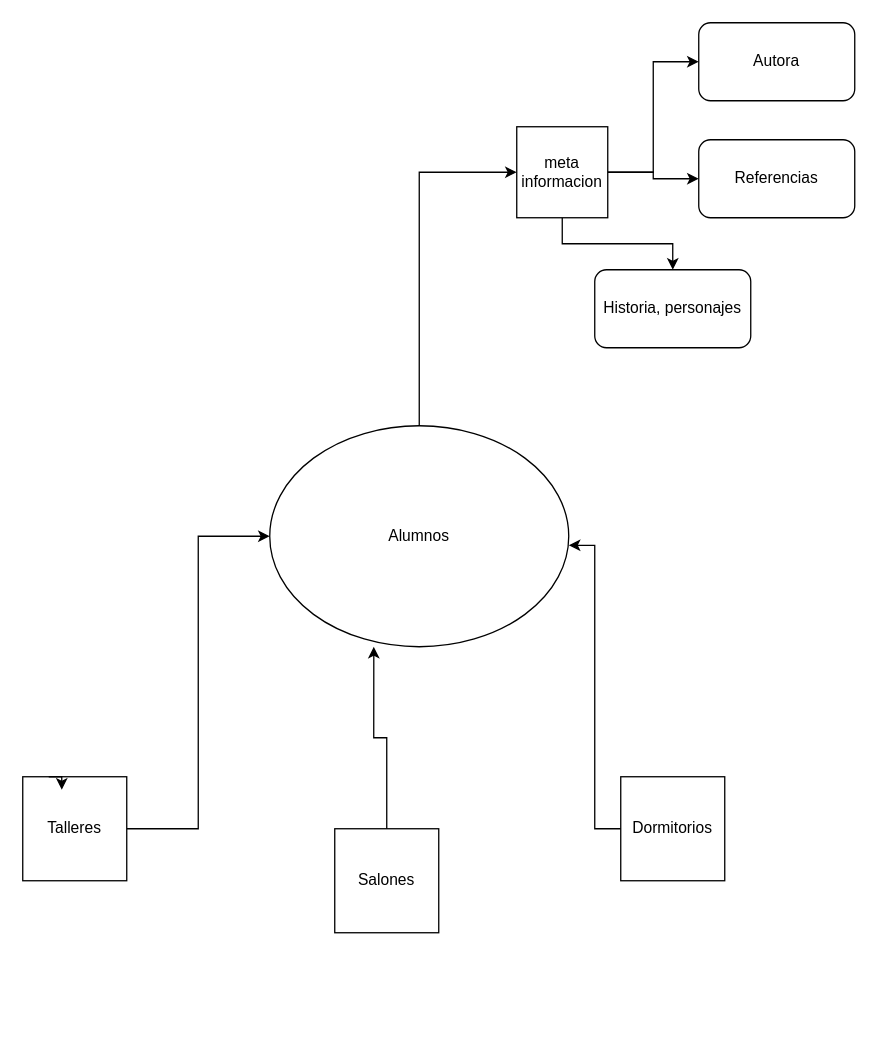
Before: documentos/escuelaodonian.drawio in koffer/Anarres-DB, a draw.io diagram. Source tidied: cells renumbered, new cells numbered last; positions are measured from the earlier drawing's top-left corner, leaving out a move shared by most shapes. Both pictures are drawn from the tidied source at 130%, with x=0, y=0 at pixel (22, 22).
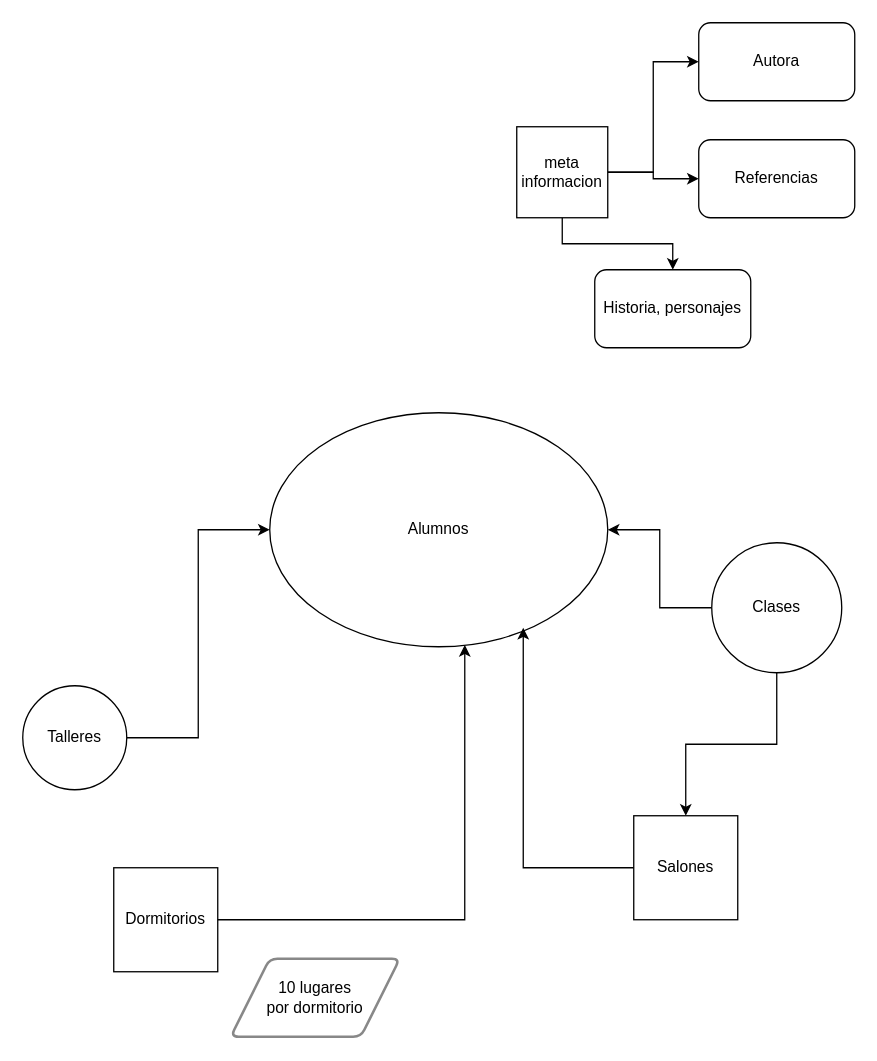
The same diagram, later.

Commit message (it also covers changes not shown here):
cambios al diagrama de la base de datos y una imagen del diagrama

Change to the diagram source:
```diff
@@
 <mxGraphModel>
   <root>
     <mxCell id="0" />
     <mxCell id="1" parent="0" />
-    <mxCell id="2" style="edgeStyle=orthogonalEdgeStyle;rounded=0;jettySize=auto;html=1;entryX=0;entryY=0.5;entryDx=0;entryDy=0;" parent="1" edge="1" source="3" target="14">
-      <mxGeometry relative="1" as="geometry" />
-    </mxCell>
     <mxCell id="3" value="Alumnos" style="ellipse;whiteSpace=wrap;html=1;" parent="1" vertex="1">
-      <mxGeometry x="190" y="310" width="230" height="170" as="geometry" />
+      <mxGeometry x="190" y="300" width="260" height="180" as="geometry" />
     </mxCell>
-    <mxCell id="4" style="edgeStyle=orthogonalEdgeStyle;rounded=0;jettySize=auto;html=1;entryX=0;entryY=0.5;entryDx=0;entryDy=0;" parent="1" edge="1" source="5" target="3">
+    <mxCell id="4" style="edgeStyle=orthogonalEdgeStyle;rounded=0;jettySize=auto;html=1;entryX=0;entryY=0.5;entryDx=0;entryDy=0;exitX=1;exitY=0.5;exitDx=0;exitDy=0;" parent="1" edge="1" source="5" target="3">
       <mxGeometry relative="1" as="geometry" />
     </mxCell>
-    <mxCell id="5" value="Talleres" style="whiteSpace=wrap;html=1;" parent="1" vertex="1">
-      <mxGeometry y="580" width="80" height="80" as="geometry" />
-    </mxCell>
     <mxCell id="6" value="Salones" style="whiteSpace=wrap;html=1;" parent="1" vertex="1">
-      <mxGeometry x="240" y="620" width="80" height="80" as="geometry" />
+      <mxGeometry x="470" y="610" width="80" height="80" as="geometry" />
     </mxCell>
     <mxCell id="7" value="Dormitorios" style="whiteSpace=wrap;html=1;" parent="1" vertex="1">
-      <mxGeometry x="460" y="580" width="80" height="80" as="geometry" />
+      <mxGeometry x="70" y="650" width="80" height="80" as="geometry" />
     </mxCell>
-    <mxCell id="8" style="edgeStyle=orthogonalEdgeStyle;rounded=0;orthogonalLoop=1;jettySize=auto;html=1;exitX=0.25;exitY=0;exitDx=0;exitDy=0;entryX=0.375;entryY=0.125;entryDx=0;entryDy=0;entryPerimeter=0;" parent="1" edge="1" source="5" target="5">
-      <mxGeometry relative="1" as="geometry" />
-    </mxCell>
-    <mxCell id="9" style="edgeStyle=orthogonalEdgeStyle;rounded=0;jettySize=auto;html=1;entryX=0.348;entryY=1;entryDx=0;entryDy=0;entryPerimeter=0;" parent="1" edge="1" source="6" target="3">
+    <mxCell id="9" style="edgeStyle=orthogonalEdgeStyle;rounded=0;jettySize=auto;html=1;entryX=0.75;entryY=0.919;entryDx=0;entryDy=0;entryPerimeter=0;" parent="1" edge="1" source="6" target="3">
       <mxGeometry relative="1" as="geometry" />
     </mxCell>
-    <mxCell id="10" style="edgeStyle=orthogonalEdgeStyle;rounded=0;jettySize=auto;html=1;entryX=1;entryY=0.541;entryDx=0;entryDy=0;entryPerimeter=0;" parent="1" edge="1" source="7" target="3">
+    <mxCell id="10" style="edgeStyle=orthogonalEdgeStyle;rounded=0;jettySize=auto;html=1;entryX=0.577;entryY=0.992;entryDx=0;entryDy=0;entryPerimeter=0;" parent="1" edge="1" source="7" target="3">
       <mxGeometry relative="1" as="geometry" />
     </mxCell>
     <mxCell id="11" style="edgeStyle=orthogonalEdgeStyle;rounded=0;jettySize=auto;html=1;entryX=0;entryY=0.5;entryDx=0;entryDy=0;" parent="1" edge="1" source="14" target="15">
       <mxGeometry relative="1" as="geometry" />
     </mxCell>
     <mxCell id="12" style="edgeStyle=orthogonalEdgeStyle;rounded=0;jettySize=auto;html=1;" parent="1" edge="1" source="14" target="16">
       <mxGeometry relative="1" as="geometry" />
     </mxCell>
     <mxCell id="13" style="edgeStyle=orthogonalEdgeStyle;rounded=0;jettySize=auto;html=1;" parent="1" edge="1" source="14" target="17">
       <mxGeometry relative="1" as="geometry" />
     </mxCell>
     <mxCell id="14" value="meta informacion" style="whiteSpace=wrap;html=1;" parent="1" vertex="1">
       <mxGeometry x="380" y="80" width="70" height="70" as="geometry" />
     </mxCell>
     <mxCell id="15" value="Autora" style="rounded=1;whiteSpace=wrap;html=1;" parent="1" vertex="1">
       <mxGeometry x="520" width="120" height="60" as="geometry" />
     </mxCell>
     <mxCell id="16" value="Referencias" style="rounded=1;whiteSpace=wrap;html=1;" parent="1" vertex="1">
       <mxGeometry x="520" y="90" width="120" height="60" as="geometry" />
     </mxCell>
     <mxCell id="17" value="Historia, personajes" style="rounded=1;whiteSpace=wrap;html=1;" parent="1" vertex="1">
       <mxGeometry x="440" y="190" width="120" height="60" as="geometry" />
     </mxCell>
+    <mxCell id="18" style="edgeStyle=orthogonalEdgeStyle;rounded=0;jettySize=auto;html=1;" parent="1" edge="1" source="20" target="3">
+      <mxGeometry relative="1" as="geometry" />
+    </mxCell>
+    <mxCell id="19" style="edgeStyle=orthogonalEdgeStyle;rounded=0;jettySize=auto;html=1;entryX=0.5;entryY=0;entryDx=0;entryDy=0;" parent="1" edge="1" source="20" target="6">
+      <mxGeometry relative="1" as="geometry" />
+    </mxCell>
+    <mxCell id="20" value="Clases" style="ellipse;whiteSpace=wrap;html=1;" parent="1" vertex="1">
+      <mxGeometry x="530" y="400" width="100" height="100" as="geometry" />
+    </mxCell>
+    <mxCell id="5" value="Talleres" style="ellipse;whiteSpace=wrap;html=1;" parent="1" vertex="1">
+      <mxGeometry y="510" width="80" height="80" as="geometry" />
+    </mxCell>
+    <mxCell id="21" value="10 lugares&lt;div&gt;por dormitorio&lt;/div&gt;" style="shape=parallelogram;html=1;strokeWidth=2;perimeter=parallelogramPerimeter;whiteSpace=wrap;rounded=1;arcSize=12;size=0.23;strokeColor=#888888;" parent="1" vertex="1">
+      <mxGeometry x="160" y="720" width="130" height="60" as="geometry" />
+    </mxCell>
   </root>
 </mxGraphModel>
```
